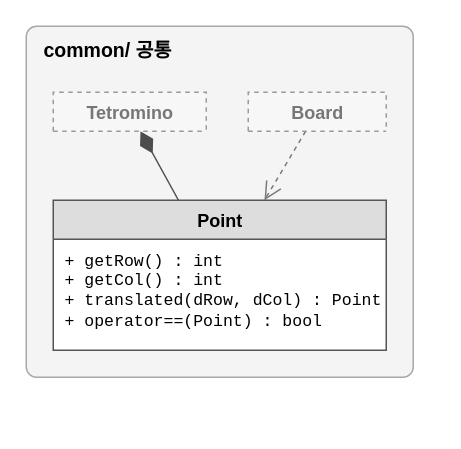
Earlier version of the draw.io diagram page "common" (2 of 10) of docs/oop-tetris-class-diagram.drawio (taeg2/ku-oop2-tetris). Source tidied: cells renumbered, new cells numbered last; positions are measured from the earlier drawing's top-left corner, leaving out a move shared by most shapes. Both pictures are drawn from the tidied source at 150%, with x=0, y=0 at pixel (26, 26).
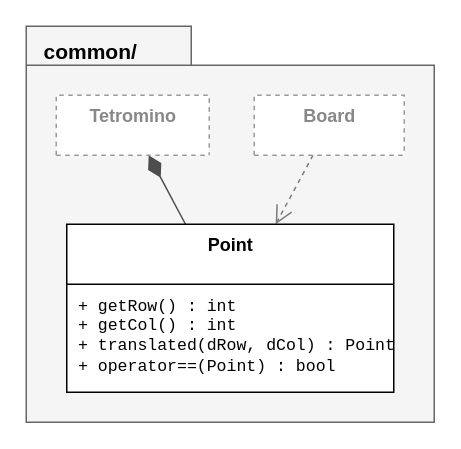
The same diagram, later.

What changed in the source:
```diff
@@
 <mxGraphModel>
   <root>
     <mxCell id="0" />
     <mxCell id="1" parent="0" />
-    <mxCell id="2" value="common/  공통" style="rounded=1;arcSize=3;whiteSpace=wrap;html=1;fillColor=#f4f4f4;strokeColor=#a8a8a8;align=left;verticalAlign=top;spacingLeft=10;spacingTop=2;fontStyle=1;fontSize=13;" parent="1" vertex="1">
-      <mxGeometry width="258" height="234" as="geometry" />
+    <mxCell id="2" value="common/" style="shape=folder;fontStyle=1;tabWidth=110;tabHeight=26;tabPosition=left;html=1;verticalAlign=top;align=left;spacingLeft=10;spacingTop=2;fontSize=14;fillColor=#f5f5f5;strokeColor=#666666;" parent="1" vertex="1">
+      <mxGeometry width="272" height="264" as="geometry" />
     </mxCell>
     <mxCell id="3" style="edgeStyle=none;rounded=0;html=1;startArrow=diamondThin;startFill=1;startSize=14;endArrow=none;strokeColor=#4d4d4d;" parent="1" edge="1" source="5" target="7">
       <mxGeometry relative="1" as="geometry" />
     </mxCell>
     <mxCell id="4" style="edgeStyle=none;rounded=0;html=1;endArrow=open;endFill=0;endSize=10;dashed=1;strokeColor=#7a7a7a;" parent="1" edge="1" source="6" target="7">
       <mxGeometry relative="1" as="geometry" />
     </mxCell>
-    <mxCell id="5" value="Tetromino" style="swimlane;fontStyle=1;align=center;verticalAlign=top;horizontal=1;startSize=26;html=1;fillColor=#f7f7f7;swimlaneFillColor=#ffffff;dashed=1;fontColor=#777777;strokeColor=#9a9a9a;" parent="1" vertex="1">
-      <mxGeometry x="18" y="44" width="102" height="26" as="geometry" />
+    <mxCell id="5" value="Tetromino" style="swimlane;fontStyle=1;align=center;verticalAlign=top;horizontal=1;startSize=40;html=1;fillColor=#ffffff;swimlaneFillColor=#ffffff;dashed=1;fontColor=#888888;strokeColor=#999999;" parent="1" vertex="1">
+      <mxGeometry x="20" y="46" width="102" height="40" as="geometry" />
     </mxCell>
-    <mxCell id="6" value="Board" style="swimlane;fontStyle=1;align=center;verticalAlign=top;horizontal=1;startSize=26;html=1;fillColor=#f7f7f7;swimlaneFillColor=#ffffff;dashed=1;fontColor=#777777;strokeColor=#9a9a9a;" parent="1" vertex="1">
-      <mxGeometry x="148" y="44" width="92" height="26" as="geometry" />
+    <mxCell id="6" value="Board" style="swimlane;fontStyle=1;align=center;verticalAlign=top;horizontal=1;startSize=40;html=1;fillColor=#ffffff;swimlaneFillColor=#ffffff;dashed=1;fontColor=#888888;strokeColor=#999999;" parent="1" vertex="1">
+      <mxGeometry x="152" y="46" width="100" height="40" as="geometry" />
     </mxCell>
-    <mxCell id="7" value="Point" style="swimlane;fontStyle=1;align=center;verticalAlign=top;horizontal=1;startSize=26;html=1;fillColor=#dddddd;swimlaneFillColor=#ffffff;strokeColor=#555555;" parent="1" vertex="1">
-      <mxGeometry x="18" y="116" width="222" height="100" as="geometry" />
+    <mxCell id="7" value="Point" style="swimlane;fontStyle=1;align=center;verticalAlign=top;horizontal=1;startSize=40;html=1;fillColor=#ffffff;swimlaneFillColor=#ffffff;" parent="1" vertex="1">
+      <mxGeometry x="27" y="132" width="218" height="112" as="geometry" />
     </mxCell>
     <mxCell id="8" value="+ getRow() : int&lt;br&gt;+ getCol() : int&lt;br&gt;+ translated(dRow, dCol) : Point&lt;br&gt;+ operator==(Point) : bool" style="text;strokeColor=none;fillColor=none;align=left;verticalAlign=top;spacingLeft=6;spacingTop=2;overflow=hidden;html=1;fontFamily=Consolas;fontSize=11;" parent="7" vertex="1">
-      <mxGeometry y="26" width="222" height="74" as="geometry" />
+      <mxGeometry y="40" width="218" height="72" as="geometry" />
     </mxCell>
   </root>
 </mxGraphModel>
```
